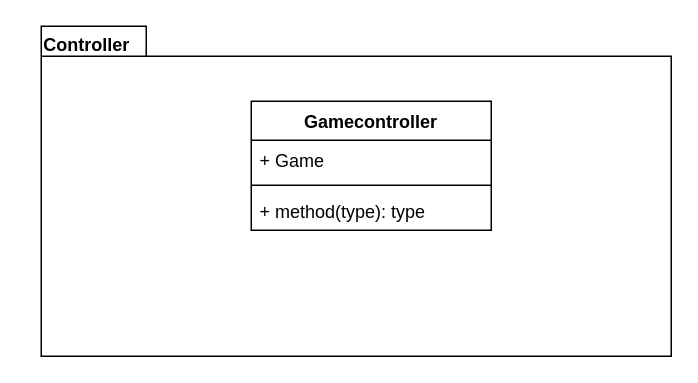
The draw.io diagram page "ServerController" (6 of 10) of Deliveries/UML.drawio in EliaDallanoce432/IS24-LB08, before the edit. Source tidied: cells renumbered, new cells numbered last; positions are measured from the earlier drawing's top-left corner, leaving out a move shared by most shapes. Both pictures are drawn from the tidied source at 150%, with x=0, y=0 at pixel (26, 26).
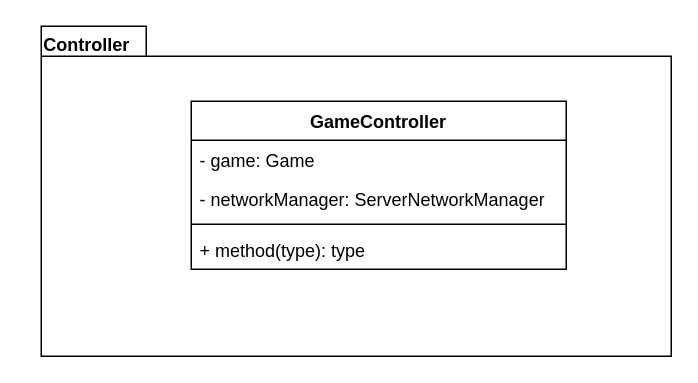
After the change.

Change to the diagram source:
```diff
@@
 <mxGraphModel>
   <root>
     <mxCell id="0" />
     <mxCell id="1" parent="0" />
     <mxCell id="2" style="shape=folder;fontStyle=1;spacingTop=10;tabWidth=70;tabHeight=20;tabPosition=left;html=1;whiteSpace=wrap;" parent="1" vertex="1">
       <mxGeometry x="10" width="420" height="220" as="geometry" />
     </mxCell>
-    <mxCell id="3" value="Gamecontroller&lt;div&gt;&lt;br&gt;&lt;/div&gt;" style="swimlane;fontStyle=1;align=center;verticalAlign=top;horizontal=1;startSize=26;whiteSpace=wrap;html=1;" parent="1" vertex="1">
-      <mxGeometry x="150" y="50" width="160" height="86" as="geometry" />
+    <mxCell id="3" value="GameController&lt;div&gt;&lt;br&gt;&lt;/div&gt;" style="swimlane;fontStyle=1;align=center;verticalAlign=top;horizontal=1;startSize=26;whiteSpace=wrap;html=1;" parent="1" vertex="1">
+      <mxGeometry x="110" y="50" width="250" height="112" as="geometry" />
     </mxCell>
-    <mxCell id="4" value="+ Game" style="text;strokeColor=none;fillColor=none;align=left;verticalAlign=top;spacingLeft=4;spacingRight=4;overflow=hidden;whiteSpace=wrap;html=1;" parent="3" vertex="1">
-      <mxGeometry y="26" width="160" height="26" as="geometry" />
+    <mxCell id="4" value="- game: Game" style="text;strokeColor=none;fillColor=none;align=left;verticalAlign=top;spacingLeft=4;spacingRight=4;overflow=hidden;whiteSpace=wrap;html=1;" parent="3" vertex="1">
+      <mxGeometry y="26" width="250" height="26" as="geometry" />
     </mxCell>
+    <mxCell id="8" value="- networkManager: ServerNetworkManager" style="text;strokeColor=none;fillColor=none;align=left;verticalAlign=top;spacingLeft=4;spacingRight=4;overflow=hidden;whiteSpace=wrap;html=1;" parent="3" vertex="1">
+      <mxGeometry y="52" width="250" height="26" as="geometry" />
+    </mxCell>
     <mxCell id="5" style="line;strokeWidth=1;fillColor=none;align=left;verticalAlign=middle;spacingTop=-1;spacingLeft=3;spacingRight=3;labelPosition=right;strokeColor=inherit;" parent="3" vertex="1">
-      <mxGeometry y="52" width="160" height="8" as="geometry" />
+      <mxGeometry y="78" width="250" height="8" as="geometry" />
     </mxCell>
     <mxCell id="6" value="+ method(type): type" style="text;strokeColor=none;fillColor=none;align=left;verticalAlign=top;spacingLeft=4;spacingRight=4;overflow=hidden;whiteSpace=wrap;html=1;" parent="3" vertex="1">
-      <mxGeometry y="60" width="160" height="26" as="geometry" />
+      <mxGeometry y="86" width="250" height="26" as="geometry" />
     </mxCell>
     <mxCell id="7" value="Controller" style="text;align=center;fontStyle=1;verticalAlign=middle;spacingLeft=3;spacingRight=3;strokeColor=none;html=1;" parent="1" vertex="1">
       <mxGeometry width="80" height="26" as="geometry" />
     </mxCell>
   </root>
 </mxGraphModel>
```
